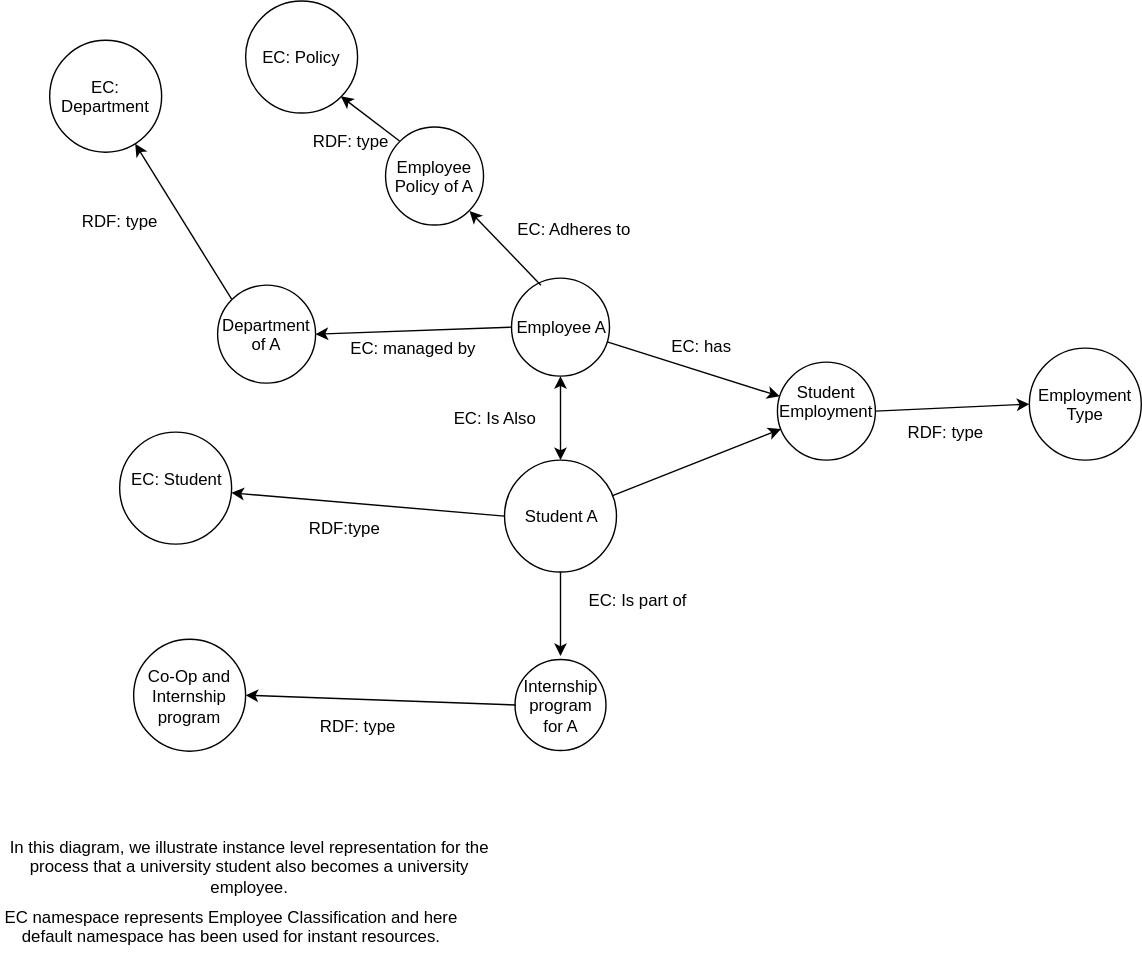
Earlier version of the draw.io export RDF.svg (IS561/EmploymentClassification). Source tidied: cells renumbered, new cells last; positions are measured from the earlier drawing's top-left corner, leaving out a move shared by most shapes.
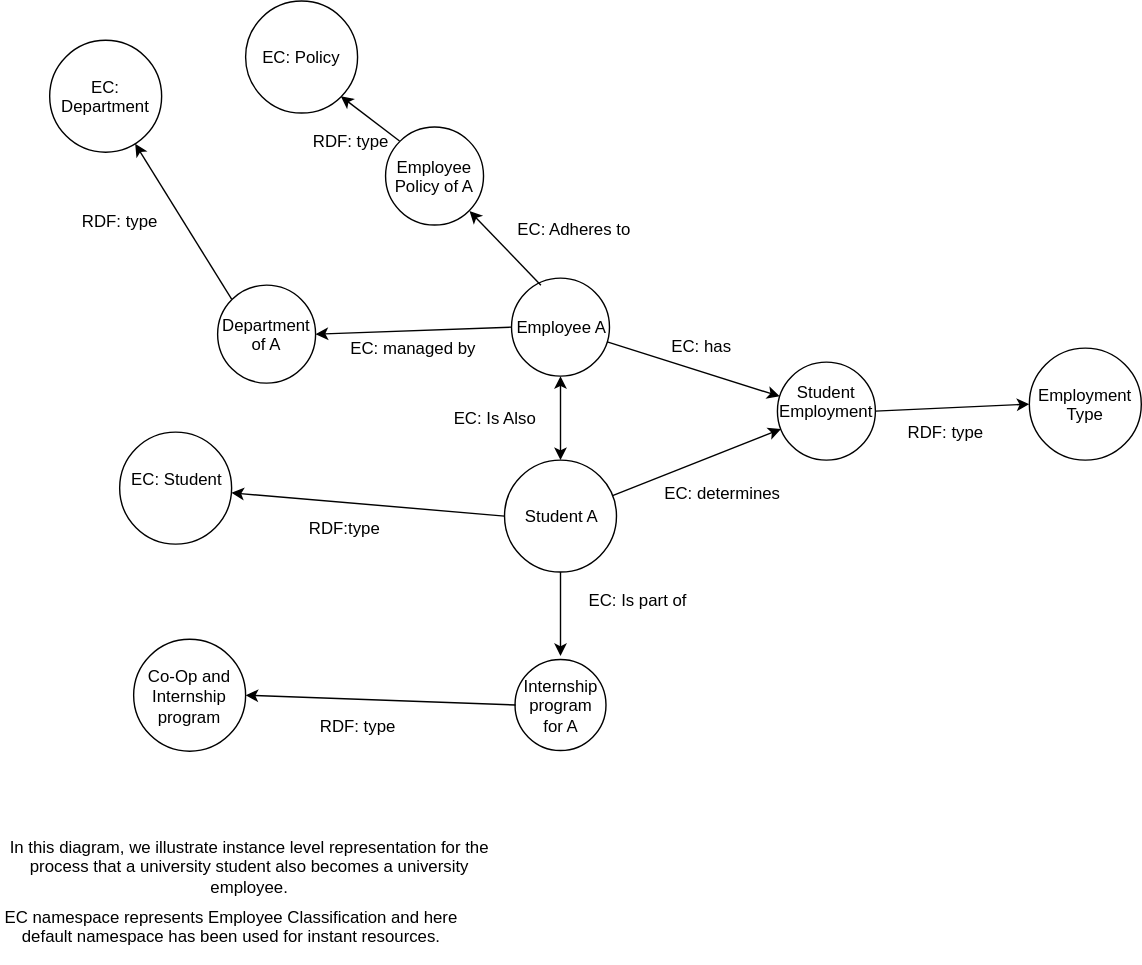
After the commit.

Diff of the diagram source:
```diff
@@ -106,5 +106,8 @@
     <mxCell id="35" value="In this diagram, we illustrate instance level representation for the process that a university student also becomes a university employee.&lt;br&gt;" style="text;html=1;strokeColor=none;fillColor=none;align=center;verticalAlign=middle;whiteSpace=wrap;rounded=0;" parent="1" vertex="1">
       <mxGeometry x="2.5" y="578" width="350" height="80" as="geometry" />
     </mxCell>
+    <mxCell id="36" value="EC: determines&lt;br&gt;&lt;br&gt;" style="text;html=1;strokeColor=none;fillColor=none;align=center;verticalAlign=middle;whiteSpace=wrap;rounded=0;" parent="1" vertex="1">
+      <mxGeometry x="465" y="348" width="100" height="20" as="geometry" />
+    </mxCell>
   </root>
 </mxGraphModel>
```
